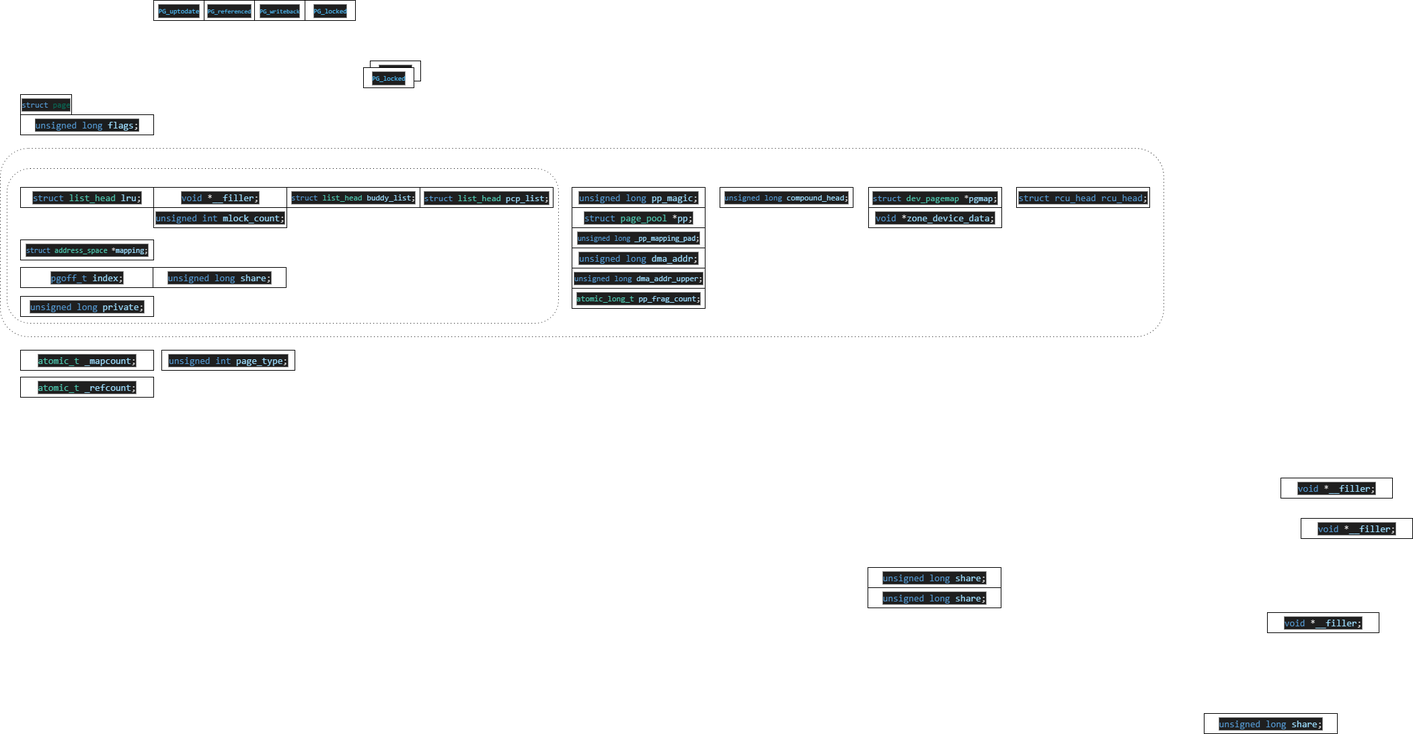
Above: png.drawio.png in chen45464546/kernel_relative (draw.io), before the change. Source tidied: cells renumbered, new cells last; positions are measured from the earlier drawing's top-left corner, leaving out a move shared by most shapes.
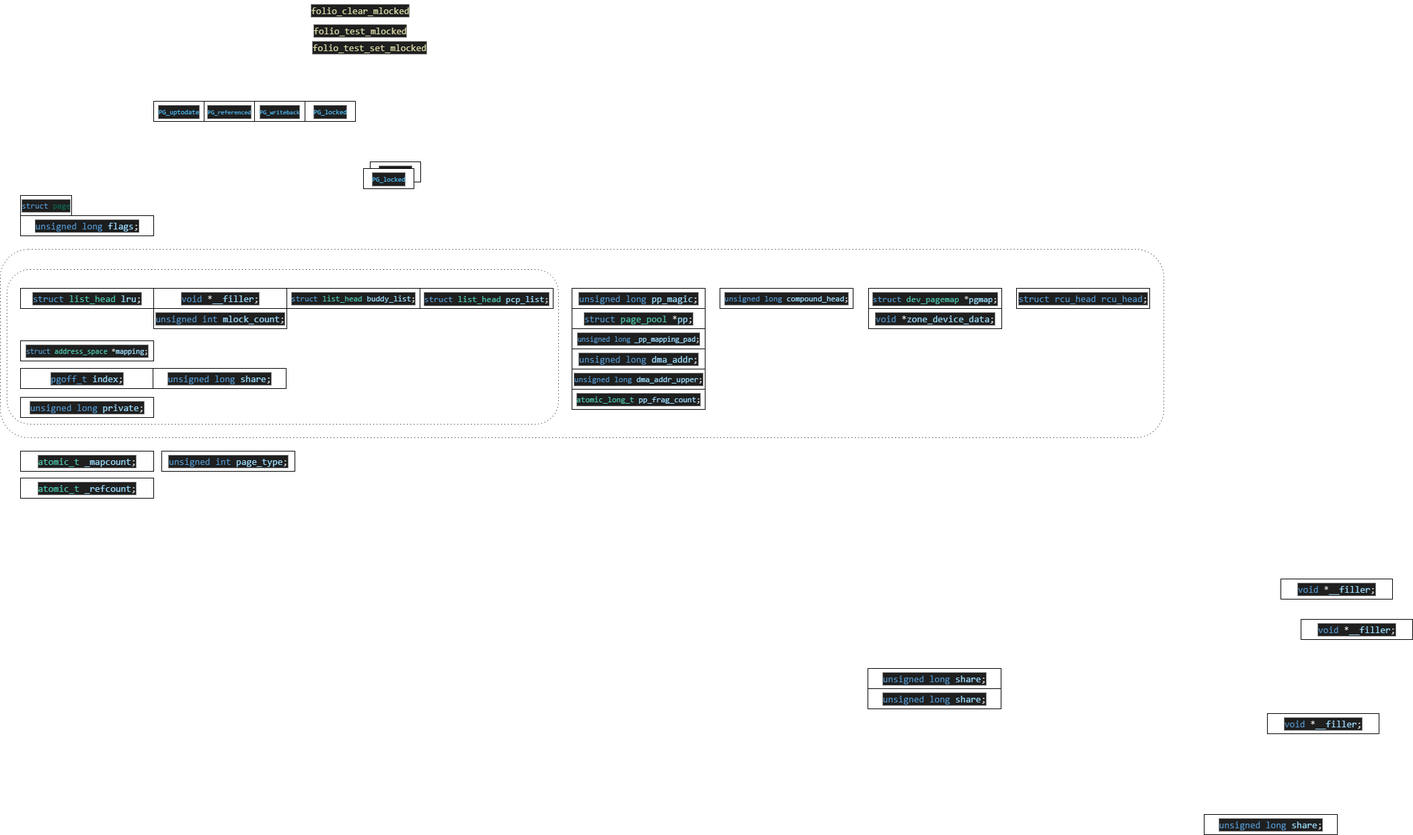
After the commit.

What changed in the source:
```diff
@@ -275,5 +275,14 @@
     <mxCell id="92" value="&lt;div style=&quot;color: rgb(204, 204, 204); background-color: rgb(31, 31, 31); font-family: Consolas, &amp;quot;Courier New&amp;quot;, monospace; line-height: 19px; white-space: pre;&quot;&gt;&lt;div style=&quot;color: rgb(204, 204, 204); background-color: rgb(31, 31, 31); line-height: 19px;&quot;&gt;&lt;span style=&quot;color: rgb(79, 193, 255);&quot;&gt;&lt;font style=&quot;font-size: 9px;&quot;&gt;PG_referenced&lt;/font&gt;&lt;/span&gt;&lt;/div&gt;&lt;/div&gt;" style="rounded=0;whiteSpace=wrap;html=1;" parent="1" vertex="1">
       <mxGeometry x="303" width="75" height="30" as="geometry" />
     </mxCell>
+    <mxCell id="93" value="&lt;div style=&quot;color: rgb(204, 204, 204); background-color: rgb(31, 31, 31); font-family: Consolas, &amp;quot;Courier New&amp;quot;, monospace; font-size: 14px; line-height: 19px; white-space: pre;&quot;&gt;&lt;span style=&quot;color: #dcdcaa;&quot;&gt;folio_test_set_mlocked&lt;/span&gt;&lt;/div&gt;" style="text;html=1;align=center;verticalAlign=middle;whiteSpace=wrap;rounded=0;" parent="1" vertex="1">
+      <mxGeometry x="438" y="-100" width="222" height="40" as="geometry" />
+    </mxCell>
+    <mxCell id="94" value="&lt;div style=&quot;color: rgb(204, 204, 204); background-color: rgb(31, 31, 31); font-family: Consolas, &amp;quot;Courier New&amp;quot;, monospace; font-size: 14px; line-height: 19px; white-space: pre;&quot;&gt;&lt;span style=&quot;color: #dcdcaa;&quot;&gt;folio_test_mlocked&lt;/span&gt;&lt;/div&gt;" style="text;html=1;align=center;verticalAlign=middle;whiteSpace=wrap;rounded=0;" parent="1" vertex="1">
+      <mxGeometry x="460" y="-120" width="150" height="30" as="geometry" />
+    </mxCell>
+    <mxCell id="95" value="&lt;div style=&quot;color: rgb(204, 204, 204); background-color: rgb(31, 31, 31); font-family: Consolas, &amp;quot;Courier New&amp;quot;, monospace; font-size: 14px; line-height: 19px; white-space: pre;&quot;&gt;&lt;span style=&quot;color: #dcdcaa;&quot;&gt;folio_clear_mlocked&lt;/span&gt;&lt;/div&gt;" style="text;html=1;align=center;verticalAlign=middle;whiteSpace=wrap;rounded=0;" parent="1" vertex="1">
+      <mxGeometry x="445" y="-150" width="180" height="30" as="geometry" />
+    </mxCell>
   </root>
 </mxGraphModel>
```
